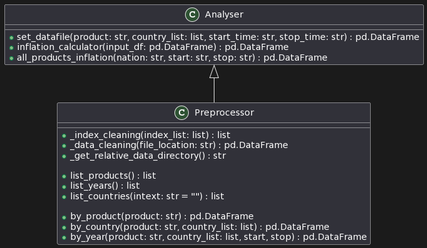
This is docs/class_uml.png from camelo-cruz/global_inflation_analyser, a PlantUML export, as it was before one commit.
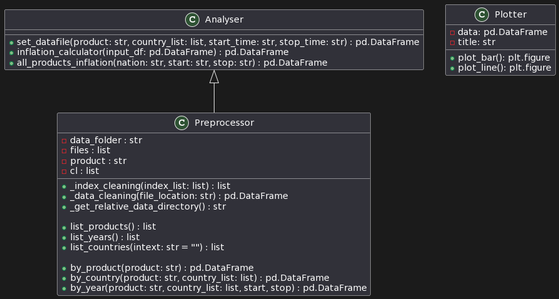
After the change.

Change to the diagram source:
```diff
@@ -1,5 +1,10 @@
 @startuml
 class Preprocessor {
+    -data_folder : str
+    -files : list
+    -product : str
+    -cl : list
+
     +_index_cleaning(index_list: list) : list
     +_data_cleaning(file_location: str) : pd.DataFrame
     +_get_relative_data_directory() : str
@@ -19,5 +24,14 @@
     +all_products_inflation(nation: str, start: str, stop: str) : pd.DataFrame
 }
 
+class Plotter {
+    - data: pd.DataFrame
+    - title: str
+
+    + plot_bar(): plt.figure
+    + plot_line(): plt.figure
+}
+
+
 Analyser <|-- Preprocessor
 @enduml
```
